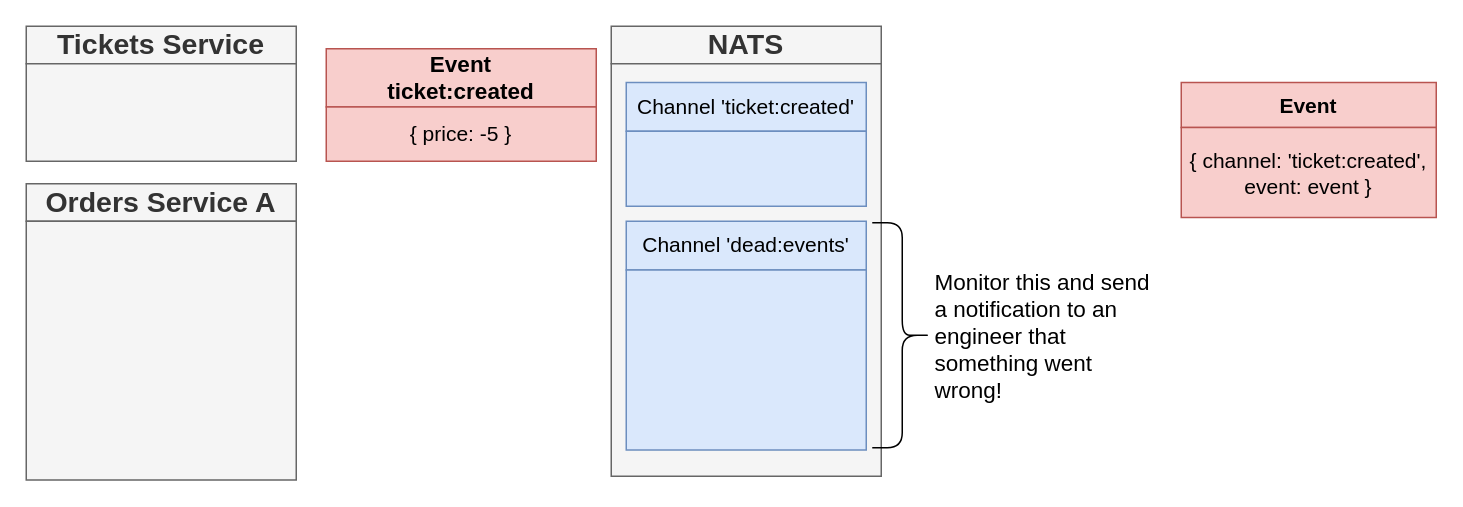
The draw.io diagram page "15 - dead" (19 of 19) of diagrams/08/01.drawio in HappySuzuki/microservices-cast, before the edit. Source tidied: cells renumbered, new cells numbered last; positions are measured from the earlier drawing's top-left corner, leaving out a move shared by most shapes. Both pictures are drawn from the tidied source at 150%, with x=0, y=0 at pixel (26, 26).
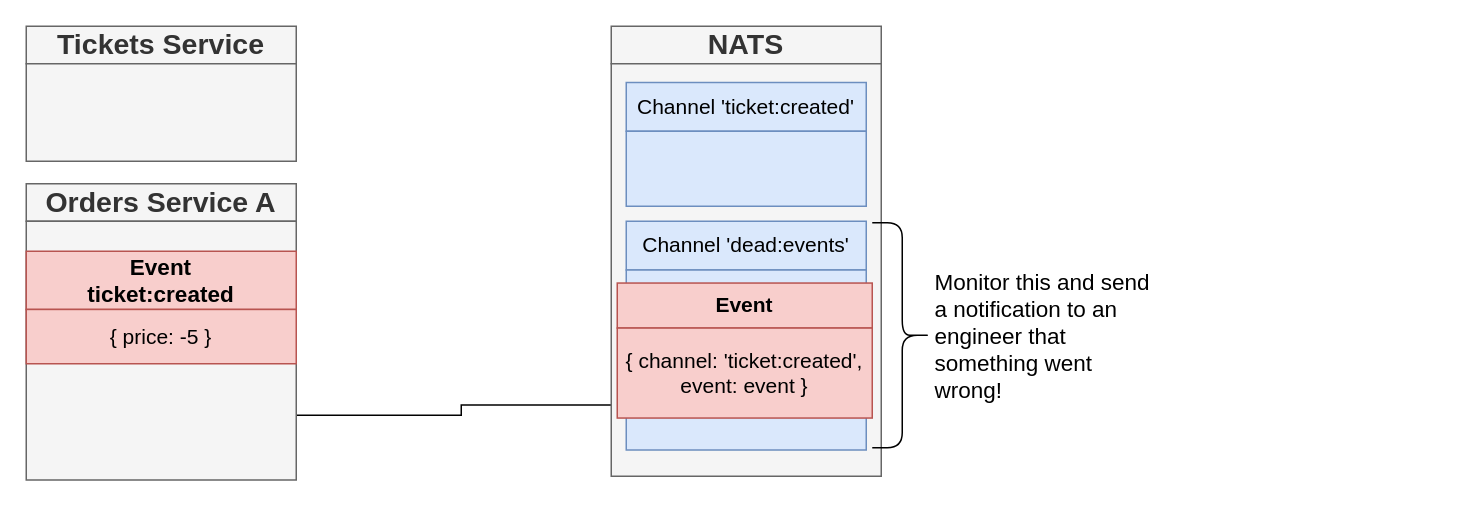
The same page after the edit.

The edit, as a diff of the source:
```diff
@@
 <mxGraphModel>
   <root>
     <mxCell id="0" />
     <mxCell id="1" parent="0" />
     <mxCell id="2" value="Orders Service A" style="rounded=0;whiteSpace=wrap;html=1;fontSize=19;fillColor=#f5f5f5;strokeColor=#666666;fontColor=#333333;fontStyle=1;" parent="1" vertex="1">
       <mxGeometry y="105" width="180" height="25" as="geometry" />
     </mxCell>
+    <mxCell id="18" style="edgeStyle=orthogonalEdgeStyle;rounded=0;jettySize=auto;html=1;exitX=1;exitY=0.75;exitDx=0;exitDy=0;entryX=0;entryY=0.75;entryDx=0;entryDy=0;fontSize=20;" parent="1" edge="1" source="3" target="11">
+      <mxGeometry relative="1" as="geometry" />
+    </mxCell>
     <mxCell id="3" style="rounded=0;whiteSpace=wrap;html=1;fontSize=22;fillColor=#f5f5f5;strokeColor=#666666;fontColor=#333333;fontStyle=1;" parent="1" vertex="1">
       <mxGeometry y="130" width="180" height="172.5" as="geometry" />
     </mxCell>
     <mxCell id="4" value="Tickets Service" style="rounded=0;whiteSpace=wrap;html=1;fontSize=19;fillColor=#f5f5f5;strokeColor=#666666;fontColor=#333333;fontStyle=1;" parent="1" vertex="1">
       <mxGeometry width="180" height="25" as="geometry" />
     </mxCell>
     <mxCell id="5" style="rounded=0;whiteSpace=wrap;html=1;fontSize=22;fillColor=#f5f5f5;strokeColor=#666666;fontColor=#333333;fontStyle=1;" parent="1" vertex="1">
       <mxGeometry y="25" width="180" height="65" as="geometry" />
     </mxCell>
     <mxCell id="6" value="NATS" style="rounded=0;whiteSpace=wrap;html=1;fontSize=19;fillColor=#f5f5f5;strokeColor=#666666;fontColor=#333333;fontStyle=1;" parent="1" vertex="1">
       <mxGeometry x="390" width="180" height="25" as="geometry" />
     </mxCell>
     <mxCell id="7" style="rounded=0;whiteSpace=wrap;html=1;fontSize=22;fillColor=#f5f5f5;strokeColor=#666666;fontColor=#333333;fontStyle=1;" parent="1" vertex="1">
       <mxGeometry x="390" y="25" width="180" height="275" as="geometry" />
     </mxCell>
     <mxCell id="8" value="Channel 'ticket:created'" style="rounded=0;whiteSpace=wrap;html=1;fontSize=14;fillColor=#dae8fc;strokeColor=#6c8ebf;" parent="1" vertex="1">
       <mxGeometry x="400" y="37.5" width="160" height="32.5" as="geometry" />
     </mxCell>
     <mxCell id="9" style="rounded=0;whiteSpace=wrap;html=1;fontSize=14;fillColor=#dae8fc;strokeColor=#6c8ebf;" parent="1" vertex="1">
       <mxGeometry x="400" y="70" width="160" height="50" as="geometry" />
     </mxCell>
     <mxCell id="10" value="Channel 'dead:events'" style="rounded=0;whiteSpace=wrap;html=1;fontSize=14;fillColor=#dae8fc;strokeColor=#6c8ebf;" parent="1" vertex="1">
       <mxGeometry x="400" y="130" width="160" height="32.5" as="geometry" />
     </mxCell>
     <mxCell id="11" style="rounded=0;whiteSpace=wrap;html=1;fontSize=14;fillColor=#dae8fc;strokeColor=#6c8ebf;" parent="1" vertex="1">
       <mxGeometry x="400" y="162.5" width="160" height="120" as="geometry" />
     </mxCell>
     <mxCell id="12" style="shape=curlyBracket;whiteSpace=wrap;html=1;rounded=1;fontSize=15;align=right;rotation=-180;" parent="1" vertex="1">
       <mxGeometry x="564" y="131" width="40" height="150" as="geometry" />
     </mxCell>
     <mxCell id="13" value="Monitor this and send a notification to an engineer that something went wrong!" style="text;html=1;strokeColor=none;fillColor=none;align=left;verticalAlign=middle;whiteSpace=wrap;rounded=0;fontSize=15;" parent="1" vertex="1">
       <mxGeometry x="604" y="165.5" width="146" height="81" as="geometry" />
     </mxCell>
     <mxCell id="14" value="&lt;b style=&quot;font-size: 14px&quot;&gt;Event&lt;/b&gt;&lt;br style=&quot;font-size: 14px&quot;&gt;" style="rounded=0;whiteSpace=wrap;html=1;fontSize=14;fillColor=#f8cecc;strokeColor=#b85450;" parent="1" vertex="1">
-      <mxGeometry x="770" y="37.5" width="170" height="30" as="geometry" />
+      <mxGeometry x="394" y="171.2" width="170" height="30" as="geometry" />
     </mxCell>
     <mxCell id="15" value="{ channel: 'ticket:created', event: event }" style="rounded=0;whiteSpace=wrap;html=1;fontSize=14;fillColor=#f8cecc;strokeColor=#b85450;fontStyle=0;" parent="1" vertex="1">
-      <mxGeometry x="770" y="67.5" width="170" height="60" as="geometry" />
+      <mxGeometry x="394" y="201.2" width="170" height="60" as="geometry" />
     </mxCell>
     <mxCell id="16" value="&lt;b style=&quot;font-size: 15px;&quot;&gt;Event&lt;br style=&quot;font-size: 15px;&quot;&gt;ticket:created&lt;br style=&quot;font-size: 15px;&quot;&gt;&lt;/b&gt;" style="rounded=0;whiteSpace=wrap;html=1;fontSize=15;fillColor=#f8cecc;strokeColor=#b85450;" parent="1" vertex="1">
-      <mxGeometry x="200" y="15" width="180" height="38.8" as="geometry" />
+      <mxGeometry y="150" width="180" height="38.8" as="geometry" />
     </mxCell>
     <mxCell id="17" value="{ price: -5 }" style="rounded=0;whiteSpace=wrap;html=1;fontSize=14;fillColor=#f8cecc;strokeColor=#b85450;fontStyle=0;" parent="1" vertex="1">
-      <mxGeometry x="200" y="53.8" width="180" height="36.2" as="geometry" />
+      <mxGeometry y="188.8" width="180" height="36.2" as="geometry" />
     </mxCell>
   </root>
 </mxGraphModel>
```
